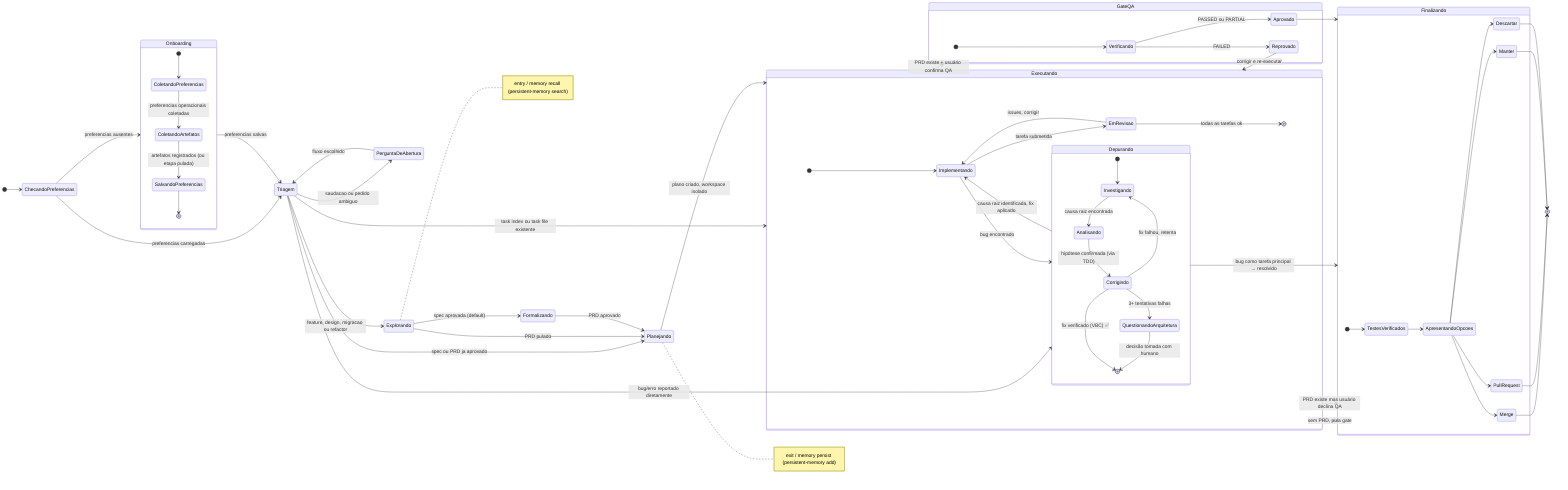
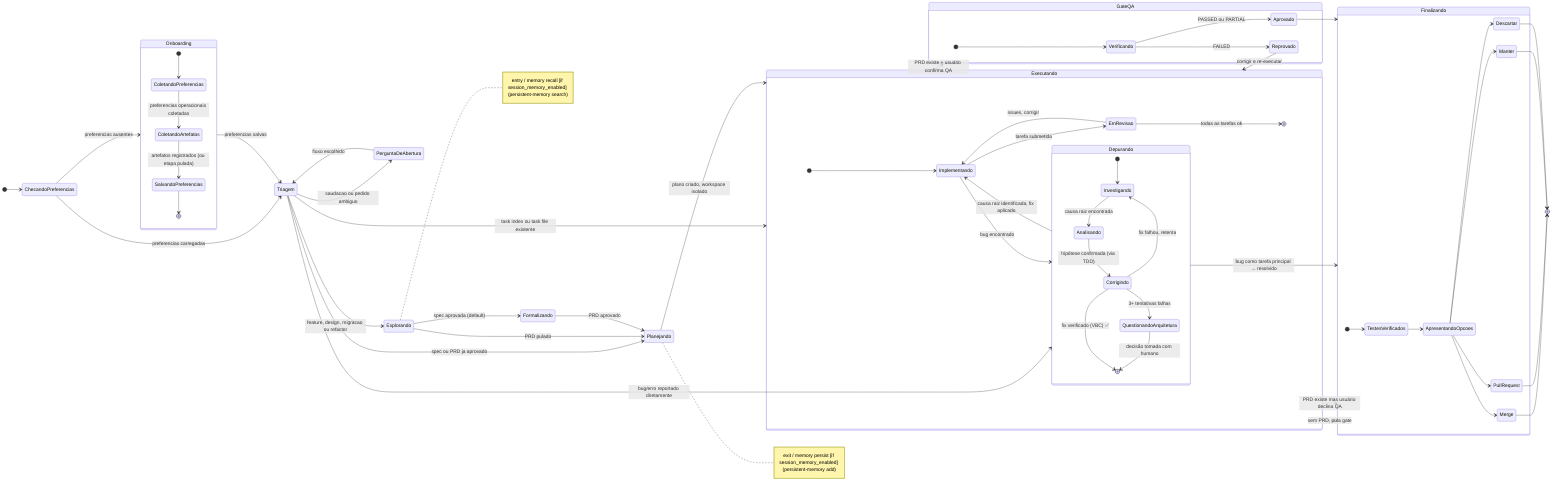
stateDiagram-v2
    direction LR

    [*] --> ChecandoPreferencias
    ChecandoPreferencias --> Onboarding : preferencias ausentes
    ChecandoPreferencias --> Triagem : preferencias carregadas
    Onboarding --> Triagem : preferencias salvas

    state Onboarding {
        direction TB
        [*] --> ColetandoPreferencias
        ColetandoPreferencias --> ColetandoArtefatos : preferencias operacionais coletadas
        ColetandoArtefatos --> SalvandoPreferencias : artefatos registrados (ou etapa pulada)
        SalvandoPreferencias --> [*]
    }

    Triagem --> PerguntaDeAbertura : saudacao ou pedido ambiguo
    PerguntaDeAbertura --> Triagem : fluxo escolhido
    Triagem --> Explorando : feature, design, migracao ou refactor
    Triagem --> Depurando : bug/erro reportado diretamente
    Triagem --> Planejando : spec ou PRD ja aprovado
    Triagem --> Executando : task index ou task file existente

    Explorando --> Formalizando : spec aprovada (default)
    Explorando --> Planejando : PRD pulado
-     note right of Explorando : entry / memory recall (persistent-memory search)
+     note right of Explorando : entry / memory recall [if session_memory_enabled] (persistent-memory search)

    Formalizando --> Planejando : PRD aprovado

    Planejando --> Executando : plano criado, workspace isolado
-     note right of Planejando : exit / memory persist (persistent-memory add)
+     note right of Planejando : exit / memory persist [if session_memory_enabled] (persistent-memory add)

    state Executando {
        direction TB
        [*] --> Implementando
        Implementando --> EmRevisao : tarefa submetida
        EmRevisao --> Implementando : issues, corrigir
        EmRevisao --> [*] : todas as tarefas ok
        Implementando --> Depurando : bug encontrado
        Depurando --> Implementando : causa raiz identificada, fix aplicado
    }

    state Depurando {
        direction TB
        [*] --> Investigando
        Investigando --> Analisando : causa raiz encontrada
        Analisando --> Corrigindo : hipótese confirmada (via TDD)
        Corrigindo --> [*] : fix verificado (VBC) ✅
        Corrigindo --> Investigando : fix falhou, retenta
        Corrigindo --> QuestionandoArquitetura : 3+ tentativas falhas
        QuestionandoArquitetura --> [*] : decisão tomada com humano
    }

    Executando --> GateQA : PRD existe + usuário confirma QA
    Executando --> Finalizando : sem PRD, pula gate
    Executando --> Finalizando : PRD existe mas usuário declina QA

    Depurando --> Finalizando : bug como tarefa principal → resolvido

    state GateQA {
        direction TB
        [*] --> Verificando
        Verificando --> Aprovado : PASSED ou PARTIAL
        Verificando --> Reprovado : FAILED
    }

    Aprovado --> Finalizando
    Reprovado --> Executando : corrigir e re-executar

    state Finalizando {
        direction TB
        [*] --> TestesVerificados
        TestesVerificados --> ApresentandoOpcoes
        ApresentandoOpcoes --> Merge
        ApresentandoOpcoes --> PullRequest
        ApresentandoOpcoes --> Manter
        ApresentandoOpcoes --> Descartar
    }

    Merge --> [*]
    PullRequest --> [*]
    Manter --> [*]
    Descartar --> [*]
